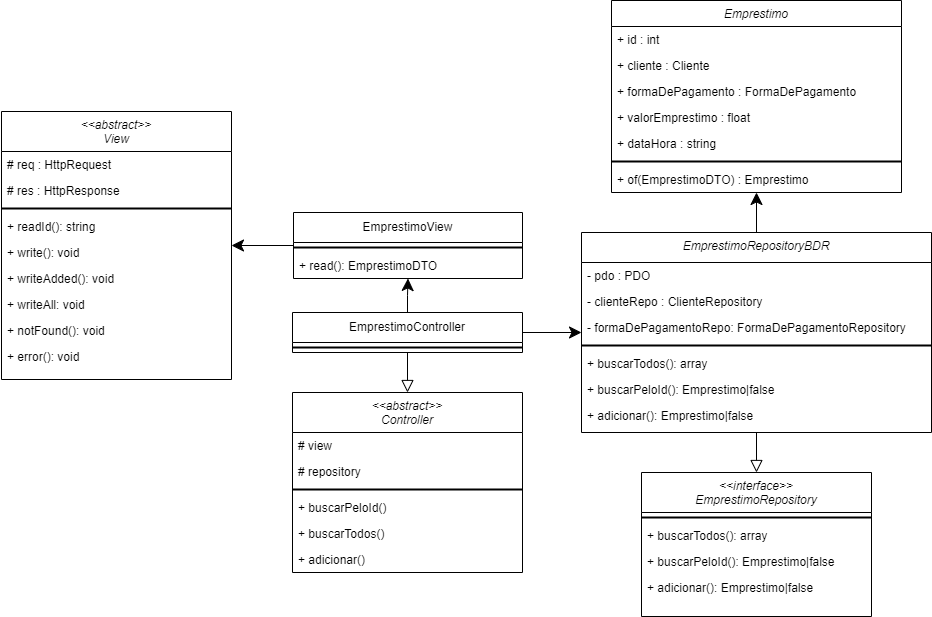
Raulzito311/AcmeSF keeps this draw.io diagram as Diagramas/modelo_principal_funcionalidade.drawio.png. Above is the earlier version. Source tidied: cells renumbered, new cells last; positions are measured from the earlier drawing's top-left corner, leaving out a move shared by most shapes. The source it was exported from:
```xml
<mxGraphModel>
  <root>
    <mxCell id="0" />
    <mxCell id="1" parent="0" />
    <mxCell id="2" value="Emprestimo" style="swimlane;fontStyle=2;align=center;verticalAlign=top;horizontal=1;startSize=26;rounded=0;shadow=0;strokeWidth=1;" parent="1" vertex="1">
      <mxGeometry x="610" width="290" height="192" as="geometry" />
    </mxCell>
    <mxCell id="3" value="+ id : int" style="text;align=left;verticalAlign=top;spacingLeft=4;spacingRight=4;overflow=hidden;" parent="2" vertex="1">
      <mxGeometry y="26" width="290" height="26" as="geometry" />
    </mxCell>
    <mxCell id="4" value="+ cliente : Cliente" style="text;align=left;verticalAlign=top;spacingLeft=4;spacingRight=4;overflow=hidden;rounded=0;shadow=0;html=0;" parent="2" vertex="1">
      <mxGeometry y="52" width="290" height="26" as="geometry" />
    </mxCell>
    <mxCell id="5" value="+ formaDePagamento : FormaDePagamento" style="text;align=left;verticalAlign=top;spacingLeft=4;spacingRight=4;overflow=hidden;rounded=0;shadow=0;html=0;" parent="2" vertex="1">
      <mxGeometry y="78" width="290" height="26" as="geometry" />
    </mxCell>
    <mxCell id="6" value="+ valorEmprestimo : float&#10;" style="text;align=left;verticalAlign=top;spacingLeft=4;spacingRight=4;overflow=hidden;" parent="2" vertex="1">
      <mxGeometry y="104" width="290" height="26" as="geometry" />
    </mxCell>
    <mxCell id="7" value="+ dataHora : string" style="text;align=left;verticalAlign=top;spacingLeft=4;spacingRight=4;overflow=hidden;" parent="2" vertex="1">
      <mxGeometry y="130" width="290" height="26" as="geometry" />
    </mxCell>
    <mxCell id="8" style="line;strokeWidth=2;html=1;" parent="2" vertex="1">
      <mxGeometry y="156" width="290" height="10" as="geometry" />
    </mxCell>
    <mxCell id="9" value="+ of(EmprestimoDTO) : Emprestimo" style="text;align=left;verticalAlign=top;spacingLeft=4;spacingRight=4;overflow=hidden;" parent="2" vertex="1">
      <mxGeometry y="166" width="290" height="26" as="geometry" />
    </mxCell>
    <mxCell id="10" style="edgeStyle=orthogonalEdgeStyle;rounded=0;jettySize=auto;html=1;endArrow=block;endFill=0;endSize=10;" parent="1" edge="1" source="12" target="14">
      <mxGeometry relative="1" as="geometry" />
    </mxCell>
    <mxCell id="11" style="edgeStyle=orthogonalEdgeStyle;rounded=0;jettySize=auto;html=1;endSize=10;" parent="1" edge="1" source="12" target="31">
      <mxGeometry relative="1" as="geometry" />
    </mxCell>
    <mxCell id="12" value="EmprestimoController" style="swimlane;fontStyle=0;horizontal=1;startSize=30;whiteSpace=wrap;html=1;" parent="1" vertex="1">
      <mxGeometry x="291" y="312" width="230" height="40" as="geometry" />
    </mxCell>
    <mxCell id="13" style="line;strokeWidth=2;html=1;" parent="12" vertex="1">
      <mxGeometry y="30" width="230" height="10" as="geometry" />
    </mxCell>
    <mxCell id="14" value="&lt;&lt;abstract&gt;&gt;&#10;Controller" style="swimlane;fontStyle=2;align=center;verticalAlign=top;horizontal=1;startSize=40;rounded=0;shadow=0;strokeWidth=1;" parent="1" vertex="1">
      <mxGeometry x="291" y="392" width="230" height="180" as="geometry" />
    </mxCell>
    <mxCell id="15" value="# view" style="text;align=left;verticalAlign=top;spacingLeft=4;spacingRight=4;overflow=hidden;" parent="14" vertex="1">
      <mxGeometry y="40" width="230" height="26" as="geometry" />
    </mxCell>
    <mxCell id="16" value="# repository" style="text;align=left;verticalAlign=top;spacingLeft=4;spacingRight=4;overflow=hidden;rounded=0;shadow=0;html=0;" parent="14" vertex="1">
      <mxGeometry y="66" width="230" height="26" as="geometry" />
    </mxCell>
    <mxCell id="17" style="line;strokeWidth=2;html=1;" parent="14" vertex="1">
      <mxGeometry y="92" width="230" height="10" as="geometry" />
    </mxCell>
    <mxCell id="18" value="+ buscarPeloId() " style="text;align=left;verticalAlign=top;spacingLeft=4;spacingRight=4;overflow=hidden;" parent="14" vertex="1">
      <mxGeometry y="102" width="230" height="26" as="geometry" />
    </mxCell>
    <mxCell id="19" value="+ buscarTodos()" style="text;align=left;verticalAlign=top;spacingLeft=4;spacingRight=4;overflow=hidden;" parent="14" vertex="1">
      <mxGeometry y="128" width="230" height="26" as="geometry" />
    </mxCell>
    <mxCell id="20" value="+ adicionar()" style="text;align=left;verticalAlign=top;spacingLeft=4;spacingRight=4;overflow=hidden;" parent="14" vertex="1">
      <mxGeometry y="154" width="230" height="26" as="geometry" />
    </mxCell>
    <mxCell id="21" value="&lt;&lt;abstract&gt;&gt;&#10;View" style="swimlane;fontStyle=2;align=center;verticalAlign=top;horizontal=1;startSize=40;rounded=0;shadow=0;strokeWidth=1;" parent="1" vertex="1">
      <mxGeometry y="111" width="230" height="268" as="geometry" />
    </mxCell>
    <mxCell id="22" value="# req : HttpRequest" style="text;align=left;verticalAlign=top;spacingLeft=4;spacingRight=4;overflow=hidden;" parent="21" vertex="1">
      <mxGeometry y="40" width="230" height="26" as="geometry" />
    </mxCell>
    <mxCell id="23" value="# res : HttpResponse" style="text;align=left;verticalAlign=top;spacingLeft=4;spacingRight=4;overflow=hidden;rounded=0;shadow=0;html=0;" parent="21" vertex="1">
      <mxGeometry y="66" width="230" height="26" as="geometry" />
    </mxCell>
    <mxCell id="24" style="line;strokeWidth=2;html=1;" parent="21" vertex="1">
      <mxGeometry y="92" width="230" height="10" as="geometry" />
    </mxCell>
    <mxCell id="25" value="+ readId(): string" style="text;align=left;verticalAlign=top;spacingLeft=4;spacingRight=4;overflow=hidden;" parent="21" vertex="1">
      <mxGeometry y="102" width="230" height="26" as="geometry" />
    </mxCell>
    <mxCell id="26" value="+ write(): void " style="text;align=left;verticalAlign=top;spacingLeft=4;spacingRight=4;overflow=hidden;" parent="21" vertex="1">
      <mxGeometry y="128" width="230" height="26" as="geometry" />
    </mxCell>
    <mxCell id="27" value="+ writeAdded(): void" style="text;align=left;verticalAlign=top;spacingLeft=4;spacingRight=4;overflow=hidden;" parent="21" vertex="1">
      <mxGeometry y="154" width="230" height="26" as="geometry" />
    </mxCell>
    <mxCell id="28" value="+ writeAll: void" style="text;align=left;verticalAlign=top;spacingLeft=4;spacingRight=4;overflow=hidden;" parent="21" vertex="1">
      <mxGeometry y="180" width="230" height="26" as="geometry" />
    </mxCell>
    <mxCell id="29" value="+ notFound(): void" style="text;align=left;verticalAlign=top;spacingLeft=4;spacingRight=4;overflow=hidden;" parent="21" vertex="1">
      <mxGeometry y="206" width="230" height="26" as="geometry" />
    </mxCell>
    <mxCell id="30" value="+ error(): void" style="text;align=left;verticalAlign=top;spacingLeft=4;spacingRight=4;overflow=hidden;" parent="21" vertex="1">
      <mxGeometry y="232" width="230" height="26" as="geometry" />
    </mxCell>
    <mxCell id="31" value="EmprestimoView" style="swimlane;fontStyle=0;horizontal=1;startSize=30;whiteSpace=wrap;html=1;" parent="1" vertex="1">
      <mxGeometry x="292" y="212" width="229" height="66" as="geometry" />
    </mxCell>
    <mxCell id="32" style="line;strokeWidth=2;html=1;" parent="31" vertex="1">
      <mxGeometry y="30" width="229" height="10" as="geometry" />
    </mxCell>
    <mxCell id="33" value="+ read(): EmprestimoDTO" style="text;align=left;verticalAlign=top;spacingLeft=4;spacingRight=4;overflow=hidden;" parent="31" vertex="1">
      <mxGeometry y="40" width="229" height="26" as="geometry" />
    </mxCell>
    <mxCell id="34" value="&lt;&lt;interface&gt;&gt;&#10;EmprestimoRepository" style="swimlane;fontStyle=2;align=center;verticalAlign=top;horizontal=1;startSize=40;rounded=0;shadow=0;strokeWidth=1;" parent="1" vertex="1">
      <mxGeometry x="640" y="472" width="230" height="144" as="geometry" />
    </mxCell>
    <mxCell id="35" style="line;strokeWidth=2;html=1;" parent="34" vertex="1">
      <mxGeometry y="40" width="230" height="10" as="geometry" />
    </mxCell>
    <mxCell id="36" value="+ buscarTodos(): array" style="text;align=left;verticalAlign=top;spacingLeft=4;spacingRight=4;overflow=hidden;" parent="34" vertex="1">
      <mxGeometry y="50" width="230" height="26" as="geometry" />
    </mxCell>
    <mxCell id="37" value="+ buscarPeloId(): Emprestimo|false" style="text;align=left;verticalAlign=top;spacingLeft=4;spacingRight=4;overflow=hidden;" parent="34" vertex="1">
      <mxGeometry y="76" width="230" height="26" as="geometry" />
    </mxCell>
    <mxCell id="38" value="+ adicionar(): Emprestimo|false" style="text;align=left;verticalAlign=top;spacingLeft=4;spacingRight=4;overflow=hidden;" parent="34" vertex="1">
      <mxGeometry y="102" width="230" height="26" as="geometry" />
    </mxCell>
    <mxCell id="39" value="EmprestimoRepositoryBDR" style="swimlane;fontStyle=2;align=center;verticalAlign=top;horizontal=1;startSize=30;rounded=0;shadow=0;strokeWidth=1;" parent="1" vertex="1">
      <mxGeometry x="580" y="232" width="350" height="200" as="geometry" />
    </mxCell>
    <mxCell id="40" value="- pdo : PDO" style="text;align=left;verticalAlign=top;spacingLeft=4;spacingRight=4;overflow=hidden;" parent="39" vertex="1">
      <mxGeometry y="30" width="350" height="26" as="geometry" />
    </mxCell>
    <mxCell id="41" value="- clienteRepo : ClienteRepository" style="text;align=left;verticalAlign=top;spacingLeft=4;spacingRight=4;overflow=hidden;rounded=0;shadow=0;html=0;" parent="39" vertex="1">
      <mxGeometry y="56" width="350" height="26" as="geometry" />
    </mxCell>
    <mxCell id="42" value="- formaDePagamentoRepo: FormaDePagamentoRepository" style="text;align=left;verticalAlign=top;spacingLeft=4;spacingRight=4;overflow=hidden;rounded=0;shadow=0;html=0;" parent="39" vertex="1">
      <mxGeometry y="82" width="350" height="26" as="geometry" />
    </mxCell>
    <mxCell id="43" style="line;strokeWidth=2;html=1;" parent="39" vertex="1">
      <mxGeometry y="108" width="350" height="10" as="geometry" />
    </mxCell>
    <mxCell id="44" value="+ buscarTodos(): array" style="text;align=left;verticalAlign=top;spacingLeft=4;spacingRight=4;overflow=hidden;" parent="39" vertex="1">
      <mxGeometry y="118" width="350" height="26" as="geometry" />
    </mxCell>
    <mxCell id="45" value="+ buscarPeloId(): Emprestimo|false" style="text;align=left;verticalAlign=top;spacingLeft=4;spacingRight=4;overflow=hidden;" parent="39" vertex="1">
      <mxGeometry y="144" width="350" height="26" as="geometry" />
    </mxCell>
    <mxCell id="46" value="+ adicionar(): Emprestimo|false" style="text;align=left;verticalAlign=top;spacingLeft=4;spacingRight=4;overflow=hidden;" parent="39" vertex="1">
      <mxGeometry y="170" width="350" height="26" as="geometry" />
    </mxCell>
    <mxCell id="47" style="endArrow=classic;html=1;rounded=0;endFill=1;startSize=20;sourcePerimeterSpacing=20;endSize=10;exitX=1;exitY=0.5;exitDx=0;exitDy=0;" parent="1" edge="1" source="12" target="39">
      <mxGeometry relative="1" as="geometry" />
    </mxCell>
    <mxCell id="48" style="endArrow=classic;html=1;rounded=0;endFill=1;startSize=20;sourcePerimeterSpacing=20;endSize=10;exitX=0.5;exitY=0;exitDx=0;exitDy=0;entryX=0.5;entryY=1;entryDx=0;entryDy=0;" parent="1" edge="1" source="39" target="2">
      <mxGeometry relative="1" as="geometry" />
    </mxCell>
    <mxCell id="49" style="endArrow=block;html=1;rounded=0;endFill=0;startSize=20;sourcePerimeterSpacing=20;endSize=10;exitX=0.5;exitY=1;exitDx=0;exitDy=0;entryX=0.5;entryY=0;entryDx=0;entryDy=0;" parent="1" edge="1" source="39" target="34">
      <mxGeometry relative="1" as="geometry" />
    </mxCell>
    <mxCell id="50" style="edgeStyle=orthogonalEdgeStyle;rounded=0;jettySize=auto;html=1;endSize=10;" parent="1" edge="1" source="31" target="21">
      <mxGeometry relative="1" as="geometry" />
    </mxCell>
  </root>
</mxGraphModel>
```
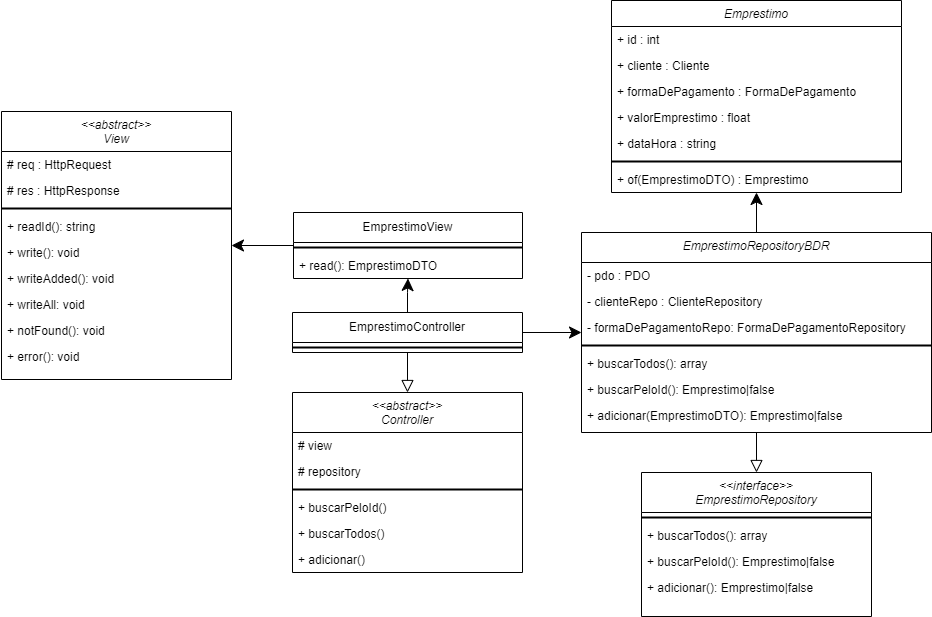
Above is the later version.

Commit message:
Corrigir modelo

Diff of the diagram source:
```diff
@@ -134,7 +134,7 @@
     <mxCell id="45" value="+ buscarPeloId(): Emprestimo|false" style="text;align=left;verticalAlign=top;spacingLeft=4;spacingRight=4;overflow=hidden;" parent="39" vertex="1">
       <mxGeometry y="144" width="350" height="26" as="geometry" />
     </mxCell>
-    <mxCell id="46" value="+ adicionar(): Emprestimo|false" style="text;align=left;verticalAlign=top;spacingLeft=4;spacingRight=4;overflow=hidden;" parent="39" vertex="1">
+    <mxCell id="46" value="+ adicionar(EmprestimoDTO): Emprestimo|false" style="text;align=left;verticalAlign=top;spacingLeft=4;spacingRight=4;overflow=hidden;" parent="39" vertex="1">
       <mxGeometry y="170" width="350" height="26" as="geometry" />
     </mxCell>
     <mxCell id="47" style="endArrow=classic;html=1;rounded=0;endFill=1;startSize=20;sourcePerimeterSpacing=20;endSize=10;exitX=1;exitY=0.5;exitDx=0;exitDy=0;" parent="1" edge="1" source="12" target="39">
```
